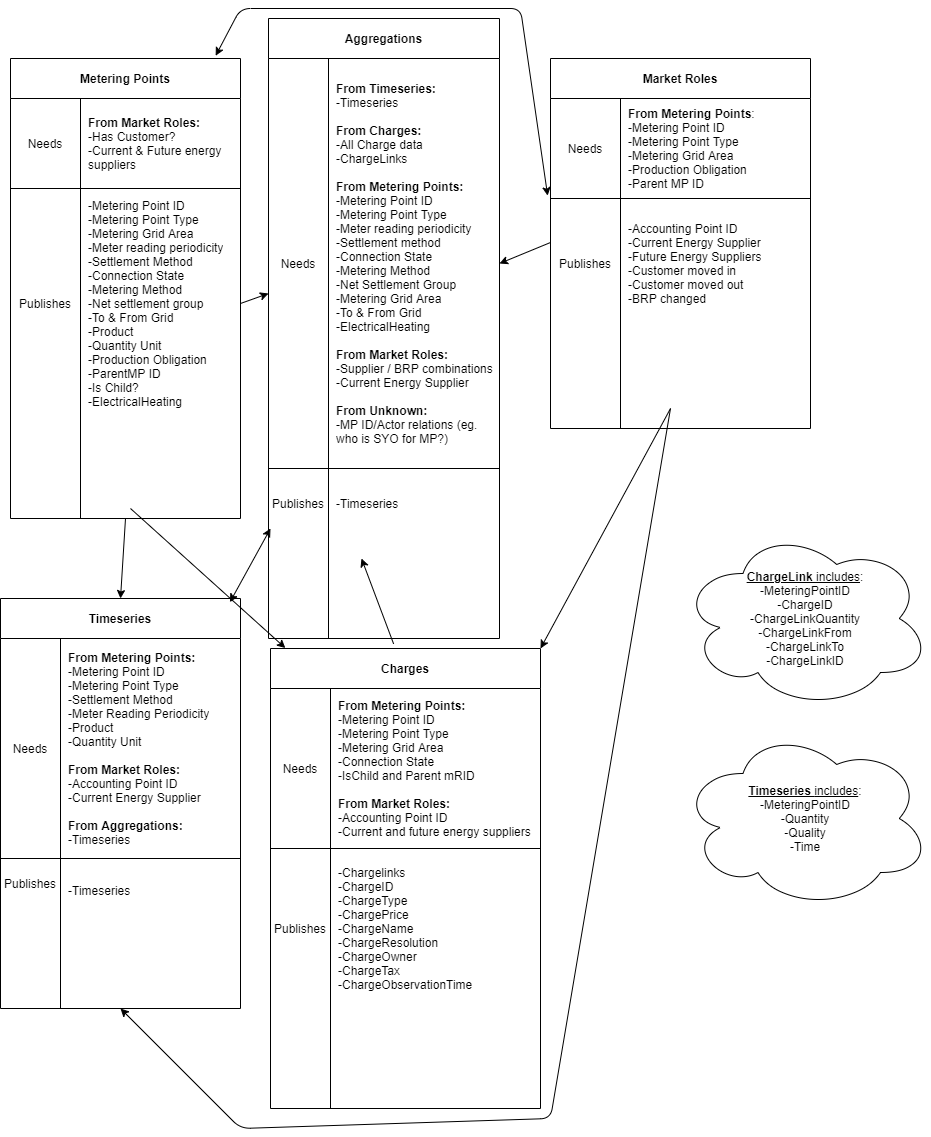
Earlier version of the draw.io export images/DataflowsDH3.png (Energinet-DataHub/green-energy-hub). Source tidied: cells renumbered, new cells last; positions are measured from the earlier drawing's top-left corner, leaving out a move shared by most shapes.
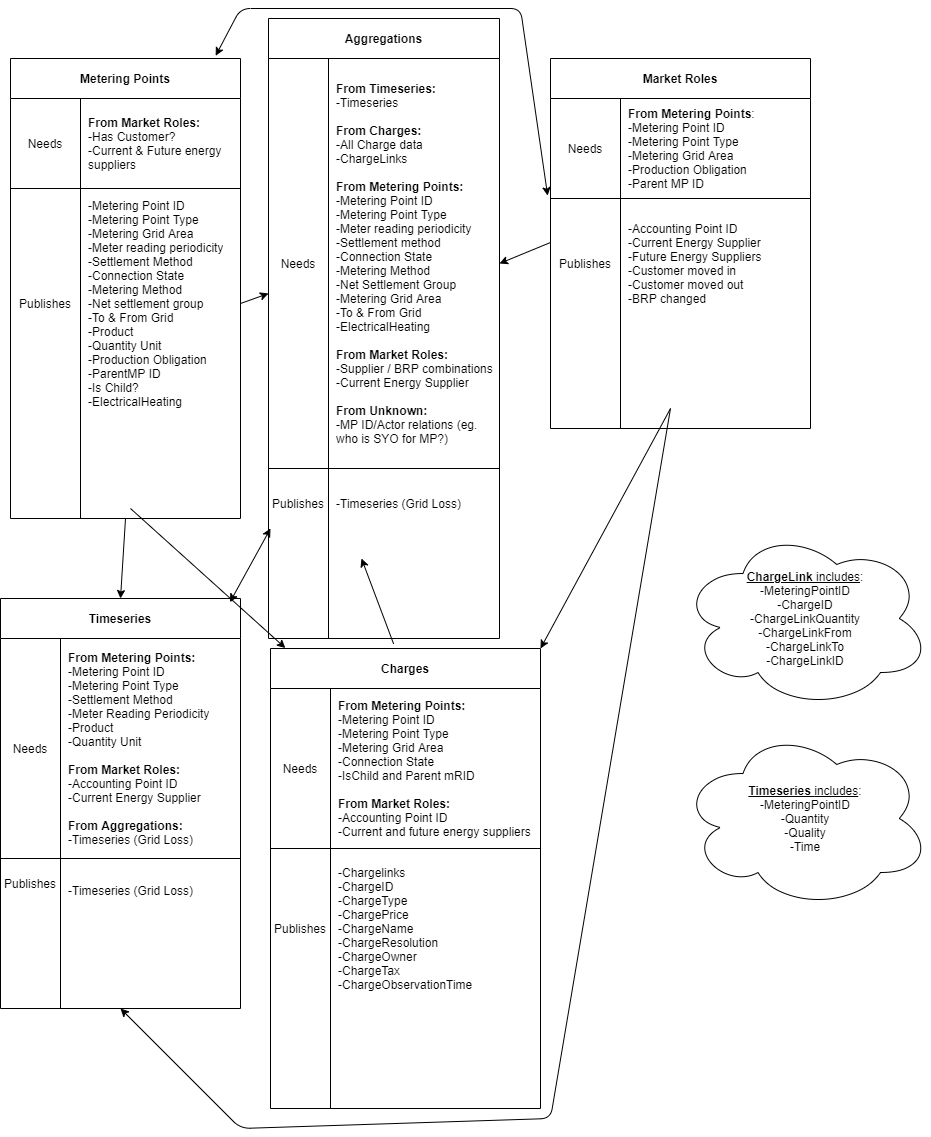
The same diagram one commit later.

Commit message:
Specified grid loss as output timeseries for aggregations domain

What changed in the source:
```diff
@@ -41,7 +41,7 @@
     <mxCell id="14" value="Publishes" style="shape=partialRectangle;html=1;whiteSpace=wrap;fillColor=none;top=0;left=0;bottom=0;right=0;overflow=hidden;" parent="13" vertex="1">
       <mxGeometry width="60" height="70" as="geometry" />
     </mxCell>
-    <mxCell id="15" value="-Timeseries" style="shape=partialRectangle;html=1;whiteSpace=wrap;fillColor=none;top=0;left=0;bottom=0;right=0;align=left;spacingLeft=6;overflow=hidden;" parent="13" vertex="1">
+    <mxCell id="15" value="-Timeseries (Grid Loss)" style="shape=partialRectangle;html=1;whiteSpace=wrap;fillColor=none;top=0;left=0;bottom=0;right=0;align=left;spacingLeft=6;overflow=hidden;" parent="13" vertex="1">
       <mxGeometry x="60" width="171" height="70" as="geometry" />
     </mxCell>
     <mxCell id="16" value="Market Roles" style="shape=table;html=1;whiteSpace=wrap;startSize=40;rowLines=0;fontStyle=1;align=center;" parent="1" vertex="1">
@@ -74,7 +74,7 @@
     <mxCell id="25" value="Needs" style="shape=partialRectangle;html=1;whiteSpace=wrap;fillColor=none;top=0;left=0;bottom=0;right=0;overflow=hidden;" parent="24" vertex="1">
       <mxGeometry width="60" height="220" as="geometry" />
     </mxCell>
-    <mxCell id="26" value="&lt;b&gt;From Metering Points:&lt;/b&gt;&lt;br&gt;-Metering Point ID&lt;br&gt;-Metering Point Type&lt;br&gt;-Settlement Method&lt;br&gt;-Meter Reading Periodicity&lt;br&gt;-Product&lt;br&gt;-Quantity Unit&lt;br&gt;&lt;br&gt;&lt;b&gt;From Market Roles:&lt;br&gt;&lt;/b&gt;-Accounting Point ID&lt;br&gt;-Current Energy Supplier&lt;br&gt;&lt;br&gt;&lt;b&gt;From Aggregations:&lt;br&gt;&lt;/b&gt;-Timeseries" style="shape=partialRectangle;html=1;whiteSpace=wrap;fillColor=none;top=0;left=0;bottom=0;right=0;align=left;spacingLeft=6;overflow=hidden;" parent="24" vertex="1">
+    <mxCell id="26" value="&lt;b&gt;From Metering Points:&lt;/b&gt;&lt;br&gt;-Metering Point ID&lt;br&gt;-Metering Point Type&lt;br&gt;-Settlement Method&lt;br&gt;-Meter Reading Periodicity&lt;br&gt;-Product&lt;br&gt;-Quantity Unit&lt;br&gt;&lt;br&gt;&lt;b&gt;From Market Roles:&lt;br&gt;&lt;/b&gt;-Accounting Point ID&lt;br&gt;-Current Energy Supplier&lt;br&gt;&lt;br&gt;&lt;b&gt;From Aggregations:&lt;br&gt;&lt;/b&gt;-Timeseries (Grid Loss)" style="shape=partialRectangle;html=1;whiteSpace=wrap;fillColor=none;top=0;left=0;bottom=0;right=0;align=left;spacingLeft=6;overflow=hidden;" parent="24" vertex="1">
       <mxGeometry x="60" width="180" height="220" as="geometry" />
     </mxCell>
     <mxCell id="27" style="shape=partialRectangle;html=1;whiteSpace=wrap;fillColor=none;top=0;left=0;bottom=0;right=0;" parent="23" vertex="1">
@@ -83,7 +83,7 @@
     <mxCell id="28" value="Publishes" style="shape=partialRectangle;html=1;whiteSpace=wrap;fillColor=none;top=0;left=0;bottom=0;right=0;overflow=hidden;" parent="27" vertex="1">
       <mxGeometry width="60" height="50" as="geometry" />
     </mxCell>
-    <mxCell id="29" value="&lt;br&gt;-Timeseries" style="shape=partialRectangle;html=1;whiteSpace=wrap;fillColor=none;top=0;left=0;bottom=0;right=0;align=left;spacingLeft=6;overflow=hidden;" parent="27" vertex="1">
+    <mxCell id="29" value="&lt;br&gt;-Timeseries (Grid Loss)" style="shape=partialRectangle;html=1;whiteSpace=wrap;fillColor=none;top=0;left=0;bottom=0;right=0;align=left;spacingLeft=6;overflow=hidden;" parent="27" vertex="1">
       <mxGeometry x="60" width="180" height="50" as="geometry" />
     </mxCell>
     <mxCell id="30" value="Charges" style="shape=table;html=1;whiteSpace=wrap;startSize=40;rowLines=0;fontStyle=1;align=center;" parent="1" vertex="1">
```
